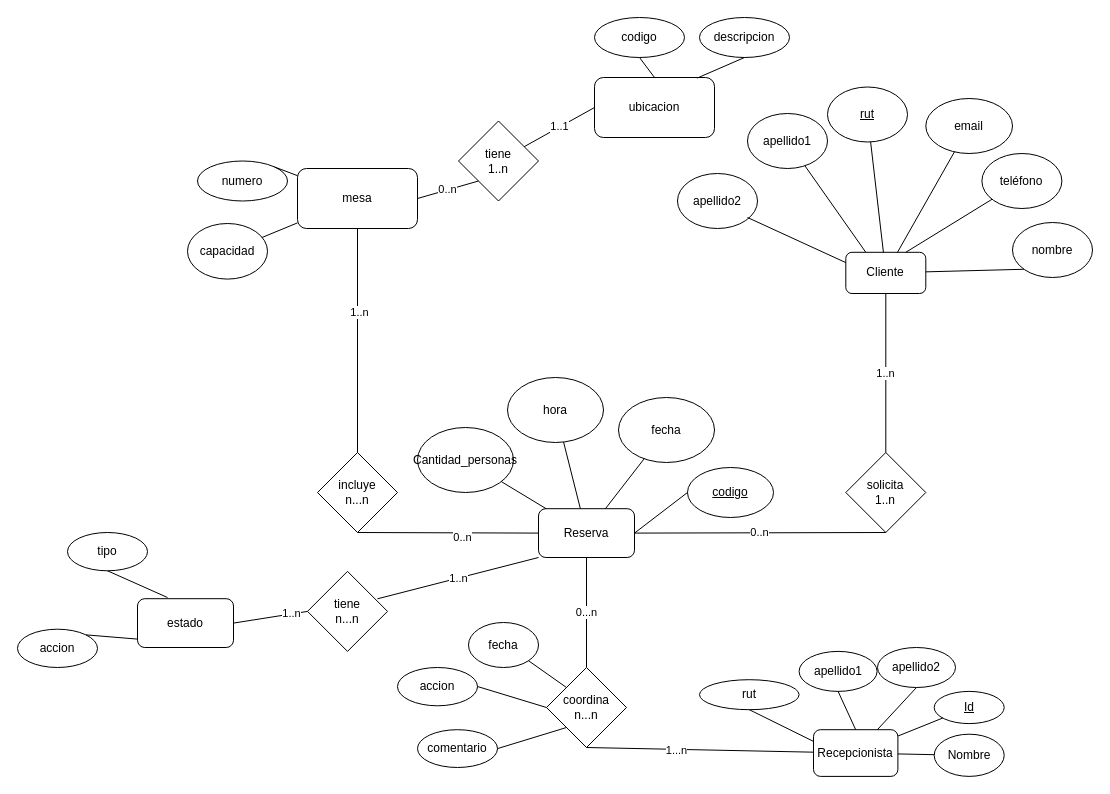
Before: TallerMecanicoJunit/Copy of evidenciaDia2.drawio in RafaUribeG/WorkgroupAndroid, a draw.io diagram. Source tidied: cells renumbered, new cells numbered last; positions are measured from the earlier drawing's top-left corner, leaving out a move shared by most shapes. Both pictures are drawn from the tidied source at 100%, with x=0, y=0 at pixel (17, 17).
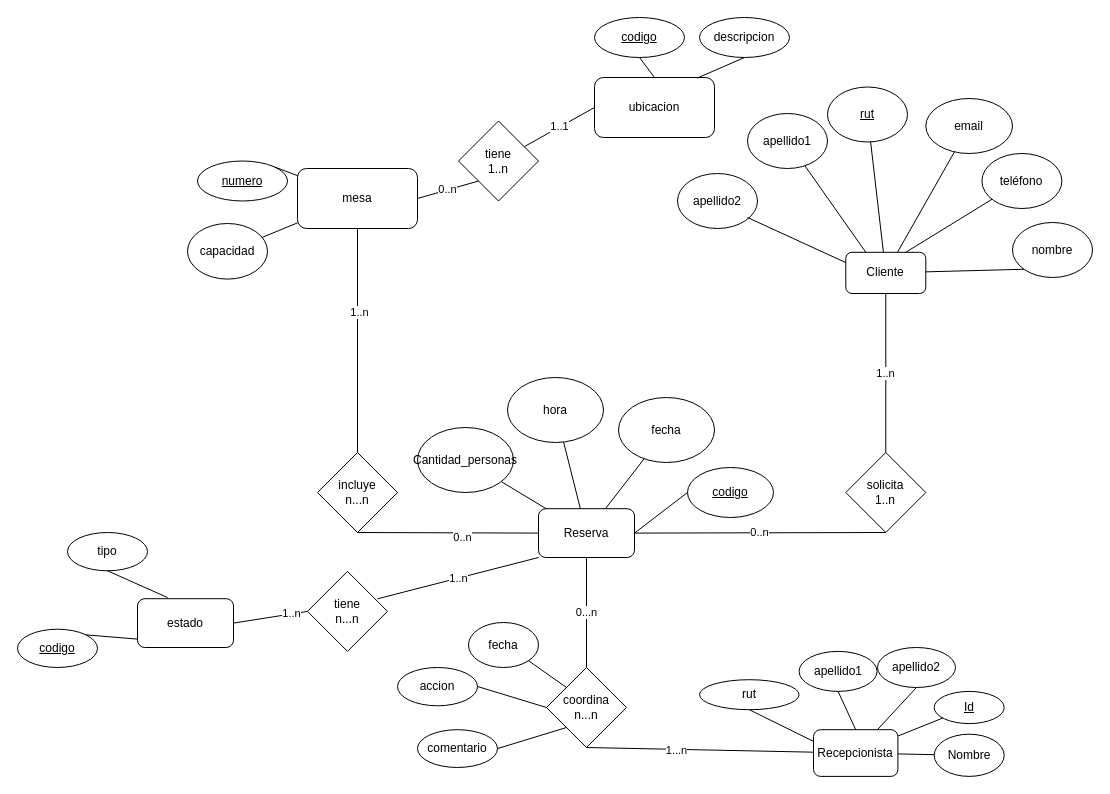
Above is the later version.

The edit, as a diff of the source:
```diff
@@
-    <mxCell id="23" value="codigo" style="ellipse;whiteSpace=wrap;html=1;" parent="1" vertex="1">
+    <mxCell id="23" value="&lt;u&gt;codigo&lt;/u&gt;" style="ellipse;whiteSpace=wrap;html=1;" parent="1" vertex="1">
       <mxGeometry x="577" width="90" height="40" as="geometry" />
     </mxCell>
-    <mxCell id="24" value="numero" style="ellipse;whiteSpace=wrap;html=1;" parent="1" vertex="1">
+    <mxCell id="24" value="&lt;u&gt;numero&lt;/u&gt;" style="ellipse;whiteSpace=wrap;html=1;" parent="1" vertex="1">
       <mxGeometry x="180" y="143.5" width="90" height="40" as="geometry" />
     </mxCell>
@@
-    <mxCell id="72" value="accion" style="ellipse;whiteSpace=wrap;html=1;" parent="1" vertex="1">
+    <mxCell id="72" value="&lt;u&gt;codigo&lt;/u&gt;" style="ellipse;whiteSpace=wrap;html=1;" parent="1" vertex="1">
       <mxGeometry y="611.7" width="80" height="38.3" as="geometry" />
     </mxCell>
```
